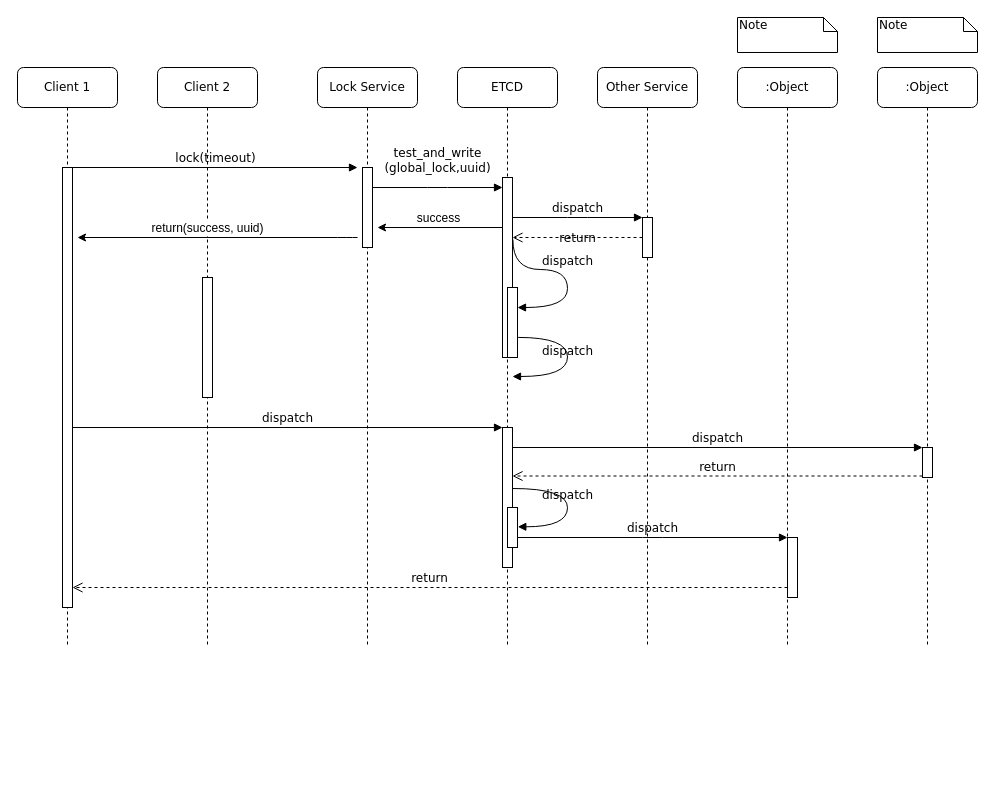
terryzhu/playground keeps this draw.io diagram as lockservice.drawio. Above is the earlier version. Source tidied: cells renumbered, new cells numbered last; positions are measured from the earlier drawing's top-left corner, leaving out a move shared by most shapes. Both pictures are drawn from the tidied source at 100%, with x=0, y=0 at pixel (17, 17).
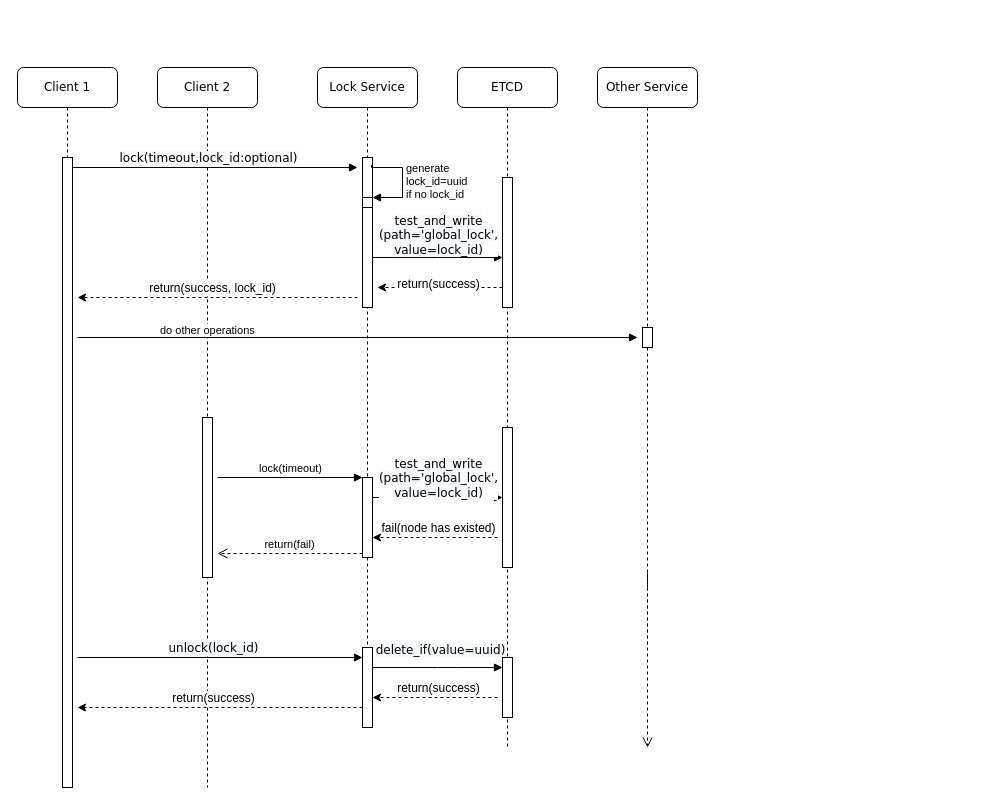
After the change.

Unchanged cells that the change refers to:
```xml
<mxCell id="10" value="Other Service" style="shape=umlLifeline;perimeter=lifelinePerimeter;whiteSpace=wrap;html=1;rounded=1;shadow=0;comic=0;labelBackgroundColor=none;strokeWidth=1;fontFamily=Verdana;fontSize=12;align=center;" parent="1" vertex="1">
  <mxGeometry x="580" y="50" width="100" height="580" as="geometry" />
</mxCell>
<mxCell id="19" style="html=1;points=[];perimeter=orthogonalPerimeter;rounded=0;shadow=0;comic=0;labelBackgroundColor=none;strokeWidth=1;fontFamily=Verdana;fontSize=12;align=center;" parent="1" vertex="1">
  <mxGeometry x="485" y="410" width="10" height="140" as="geometry" />
</mxCell>
```

Diff of the diagram source:
```diff
@@
     <mxCell id="2" value="Client 2" style="shape=umlLifeline;perimeter=lifelinePerimeter;whiteSpace=wrap;html=1;rounded=1;shadow=0;comic=0;labelBackgroundColor=none;strokeWidth=1;fontFamily=Verdana;fontSize=12;align=center;" parent="1" vertex="1">
-      <mxGeometry x="140" y="50" width="100" height="580" as="geometry" />
+      <mxGeometry x="140" y="50" width="100" height="720" as="geometry" />
     </mxCell>
     <mxCell id="3" style="html=1;perimeter=orthogonalPerimeter;rounded=0;shadow=0;comic=0;labelBackgroundColor=none;strokeWidth=1;fontFamily=Verdana;fontSize=12;align=center;" parent="2" vertex="1">
-      <mxGeometry x="45" y="210" width="10" height="120" as="geometry" />
+      <mxGeometry x="45" y="350" width="10" height="160" as="geometry" />
     </mxCell>
-    <mxCell id="4" value="Lock Service" style="shape=umlLifeline;perimeter=lifelinePerimeter;whiteSpace=wrap;html=1;rounded=1;shadow=0;comic=0;labelBackgroundColor=none;strokeWidth=1;fontFamily=Verdana;fontSize=12;align=center;" parent="1" vertex="1">
+    <mxCell id="4" value="Lock Service" style="shape=umlLifeline;perimeter=lifelinePerimeter;whiteSpace=wrap;html=1;rounded=1;shadow=0;comic=0;labelBackgroundColor=none;strokeWidth=1;fontFamily=Verdana;fontSize=12;align=center;fillColor=#ffffff;" parent="1" vertex="1">
       <mxGeometry x="300" y="50" width="100" height="580" as="geometry" />
     </mxCell>
     <mxCell id="5" style="html=1;points=[];perimeter=orthogonalPerimeter;rounded=0;shadow=0;comic=0;labelBackgroundColor=none;strokeWidth=1;fontFamily=Verdana;fontSize=12;align=center;" parent="4" vertex="1">
-      <mxGeometry x="45" y="100" width="10" height="80" as="geometry" />
+      <mxGeometry x="45" y="90" width="10" height="150" as="geometry" />
     </mxCell>
-    <mxCell id="6" style="endArrow=classic;html=1;" parent="4" edge="1">
-      <mxGeometry relative="1" as="geometry">
-        <mxPoint x="40" y="170" as="sourcePoint" />
-        <mxPoint x="-240" y="170" as="targetPoint" />
-        <Array as="points">
-          <mxPoint x="30" y="170" />
-        </Array>
-      </mxGeometry>
-    </mxCell>
-    <mxCell id="7" value="return(success, uuid)" style="text;html=1;align=center;verticalAlign=middle;labelBackgroundColor=#ffffff;" parent="6" vertex="1">
-      <mxGeometry x="-0.18" y="-4" relative="1" as="geometry">
-        <mxPoint x="-36" y="-6" as="offset" />
-      </mxGeometry>
-    </mxCell>
+    <mxCell id="37" style="html=1;points=[];perimeter=orthogonalPerimeter;" parent="4" vertex="1">
+      <mxGeometry x="45" y="130" width="10" height="10" as="geometry" />
+    </mxCell>
+    <mxCell id="38" value="generate&lt;br&gt;lock_id=uuid&lt;br&gt;if no lock_id" style="edgeStyle=orthogonalEdgeStyle;html=1;align=left;spacingLeft=2;endArrow=block;rounded=0;entryX=1;entryY=0;exitX=0.9;exitY=0.05;exitDx=0;exitDy=0;exitPerimeter=0;" parent="4" edge="1" source="5" target="37">
+      <mxGeometry relative="1" as="geometry">
+        <Array as="points">
+          <mxPoint x="54" y="100" />
+          <mxPoint x="85" y="100" />
+          <mxPoint x="85" y="130" />
+        </Array>
+      </mxGeometry>
+    </mxCell>
+    <mxCell id="39" style="html=1;points=[];perimeter=orthogonalPerimeter;" parent="4" vertex="1">
+      <mxGeometry x="45" y="410" width="10" height="80" as="geometry" />
+    </mxCell>
     <mxCell id="8" value="ETCD" style="shape=umlLifeline;perimeter=lifelinePerimeter;whiteSpace=wrap;html=1;rounded=1;shadow=0;comic=0;labelBackgroundColor=none;strokeWidth=1;fontFamily=Verdana;fontSize=12;align=center;" parent="1" vertex="1">
-      <mxGeometry x="440" y="50" width="100" height="580" as="geometry" />
+      <mxGeometry x="440" y="50" width="100" height="680" as="geometry" />
     </mxCell>
     <mxCell id="9" style="html=1;points=[];perimeter=orthogonalPerimeter;rounded=0;shadow=0;comic=0;labelBackgroundColor=none;strokeWidth=1;fontFamily=Verdana;fontSize=12;align=center;" parent="8" vertex="1">
-      <mxGeometry x="45" y="110" width="10" height="180" as="geometry" />
+      <mxGeometry x="45" y="110" width="10" height="130" as="geometry" />
     </mxCell>
@@
-    <mxCell id="11" value=":Object" style="shape=umlLifeline;perimeter=lifelinePerimeter;whiteSpace=wrap;html=1;rounded=1;shadow=0;comic=0;labelBackgroundColor=none;strokeWidth=1;fontFamily=Verdana;fontSize=12;align=center;" parent="1" vertex="1">
-      <mxGeometry x="720" y="50" width="100" height="580" as="geometry" />
-    </mxCell>
-    <mxCell id="12" value=":Object" style="shape=umlLifeline;perimeter=lifelinePerimeter;whiteSpace=wrap;html=1;rounded=1;shadow=0;comic=0;labelBackgroundColor=none;strokeWidth=1;fontFamily=Verdana;fontSize=12;align=center;" parent="1" vertex="1">
-      <mxGeometry x="860" y="50" width="100" height="580" as="geometry" />
-    </mxCell>
+    <mxCell id="16" style="html=1;points=[];perimeter=orthogonalPerimeter;rounded=0;shadow=0;comic=0;labelBackgroundColor=none;strokeWidth=1;fontFamily=Verdana;fontSize=12;align=center;" parent="10" vertex="1">
+      <mxGeometry x="45" y="260" width="10" height="20" as="geometry" />
+    </mxCell>
     <mxCell id="13" value="Client 1" style="shape=umlLifeline;perimeter=lifelinePerimeter;whiteSpace=wrap;html=1;rounded=1;shadow=0;comic=0;labelBackgroundColor=none;strokeWidth=1;fontFamily=Verdana;fontSize=12;align=center;" parent="1" vertex="1">
-      <mxGeometry y="50" width="100" height="580" as="geometry" />
+      <mxGeometry y="50" width="100" height="720" as="geometry" />
     </mxCell>
     <mxCell id="14" style="html=1;points=[];perimeter=orthogonalPerimeter;rounded=0;shadow=0;comic=0;labelBackgroundColor=none;strokeWidth=1;fontFamily=Verdana;fontSize=12;align=center;" parent="13" vertex="1">
-      <mxGeometry x="45" y="100" width="10" height="440" as="geometry" />
+      <mxGeometry x="45" y="90" width="10" height="630" as="geometry" />
     </mxCell>
-    <mxCell id="15" value="test_and_write&lt;br&gt;(global_lock,uuid)" style="html=1;verticalAlign=bottom;endArrow=block;labelBackgroundColor=none;fontFamily=Verdana;fontSize=12;edgeStyle=elbowEdgeStyle;elbow=vertical;" parent="1" edge="1" source="5" target="9">
+    <mxCell id="15" style="html=1;verticalAlign=bottom;endArrow=block;labelBackgroundColor=none;fontFamily=Verdana;fontSize=12;edgeStyle=elbowEdgeStyle;elbow=vertical;" parent="1" edge="1">
       <mxGeometry y="10" relative="1" as="geometry">
+        <mxPoint x="355" y="240" as="sourcePoint" />
+        <mxPoint x="485" y="240" as="targetPoint" />
         <Array as="points">
-          <mxPoint x="420" y="170" />
-          <mxPoint x="360" y="190" />
+          <mxPoint x="430" y="240" />
+          <mxPoint x="420" y="220" />
+          <mxPoint x="360" y="240" />
         </Array>
       </mxGeometry>
     </mxCell>
-    <mxCell id="16" style="html=1;points=[];perimeter=orthogonalPerimeter;rounded=0;shadow=0;comic=0;labelBackgroundColor=none;strokeWidth=1;fontFamily=Verdana;fontSize=12;align=center;" parent="1" vertex="1">
-      <mxGeometry x="625" y="200" width="10" height="40" as="geometry" />
-    </mxCell>
-    <mxCell id="17" value="dispatch" style="html=1;verticalAlign=bottom;endArrow=block;entryX=0;entryY=0;labelBackgroundColor=none;fontFamily=Verdana;fontSize=12;edgeStyle=elbowEdgeStyle;elbow=vertical;" parent="1" edge="1" source="9" target="16">
-      <mxGeometry relative="1" as="geometry" />
-    </mxCell>
-    <mxCell id="18" value="return" style="html=1;verticalAlign=bottom;endArrow=open;dashed=1;endSize=8;labelBackgroundColor=none;fontFamily=Verdana;fontSize=12;edgeStyle=elbowEdgeStyle;elbow=vertical;" parent="1" edge="1" source="16" target="9">
-      <mxGeometry y="10" relative="1" as="geometry">
-        <Array as="points">
-          <mxPoint x="495" y="220" />
-          <mxPoint x="570" y="230" />
-          <mxPoint x="600" y="230" />
-        </Array>
-      </mxGeometry>
-    </mxCell>
+    <mxCell id="40" value="&lt;span style=&quot;font-family: &amp;#34;verdana&amp;#34; ; background-color: rgb(248 , 249 , 250)&quot;&gt;test_and_write&lt;/span&gt;&lt;br style=&quot;font-family: &amp;#34;verdana&amp;#34; ; background-color: rgb(248 , 249 , 250)&quot;&gt;&lt;span style=&quot;font-family: &amp;#34;verdana&amp;#34; ; background-color: rgb(248 , 249 , 250)&quot;&gt;(path='global_lock',&lt;br&gt;value=lock_id)&lt;/span&gt;" style="text;html=1;align=center;verticalAlign=middle;labelBackgroundColor=#ffffff;" parent="15" vertex="1">
+      <mxGeometry x="0.15" y="33" relative="1" as="geometry">
+        <mxPoint x="-10" y="10" as="offset" />
+      </mxGeometry>
+    </mxCell>
@@
-    <mxCell id="20" value="dispatch" style="html=1;verticalAlign=bottom;endArrow=block;entryX=0;entryY=0;labelBackgroundColor=none;fontFamily=Verdana;fontSize=12;" parent="1" edge="1" source="14" target="19">
-      <mxGeometry relative="1" as="geometry" />
-    </mxCell>
-    <mxCell id="21" style="html=1;points=[];perimeter=orthogonalPerimeter;rounded=0;shadow=0;comic=0;labelBackgroundColor=none;strokeColor=#000000;strokeWidth=1;fillColor=#FFFFFF;fontFamily=Verdana;fontSize=12;fontColor=#000000;align=center;" parent="1" vertex="1">
-      <mxGeometry x="905" y="430" width="10" height="30" as="geometry" />
-    </mxCell>
-    <mxCell id="22" value="dispatch" style="html=1;verticalAlign=bottom;endArrow=block;entryX=0;entryY=0;labelBackgroundColor=none;fontFamily=Verdana;fontSize=12;" parent="1" edge="1" source="19" target="21">
-      <mxGeometry relative="1" as="geometry" />
-    </mxCell>
-    <mxCell id="23" value="return" style="html=1;verticalAlign=bottom;endArrow=open;dashed=1;endSize=8;exitX=0;exitY=0.95;labelBackgroundColor=none;fontFamily=Verdana;fontSize=12;" parent="1" edge="1" source="21" target="19">
-      <mxGeometry relative="1" as="geometry" />
-    </mxCell>
-    <mxCell id="24" style="html=1;points=[];perimeter=orthogonalPerimeter;rounded=0;shadow=0;comic=0;labelBackgroundColor=none;strokeWidth=1;fontFamily=Verdana;fontSize=12;align=center;" parent="1" vertex="1">
-      <mxGeometry x="770" y="520" width="10" height="60" as="geometry" />
-    </mxCell>
-    <mxCell id="25" value="dispatch" style="html=1;verticalAlign=bottom;endArrow=block;entryX=0;entryY=0;labelBackgroundColor=none;fontFamily=Verdana;fontSize=12;edgeStyle=elbowEdgeStyle;elbow=vertical;" parent="1" edge="1" source="31" target="24">
-      <mxGeometry relative="1" as="geometry" />
-    </mxCell>
-    <mxCell id="26" value="return" style="html=1;verticalAlign=bottom;endArrow=open;dashed=1;endSize=8;labelBackgroundColor=none;fontFamily=Verdana;fontSize=12;edgeStyle=elbowEdgeStyle;elbow=vertical;" parent="1" edge="1" source="24" target="14">
+    <mxCell id="26" style="html=1;verticalAlign=bottom;endArrow=open;dashed=1;endSize=8;labelBackgroundColor=none;fontFamily=Verdana;fontSize=12;edgeStyle=elbowEdgeStyle;elbow=vertical;" parent="1" edge="1">
       <mxGeometry relative="1" as="geometry">
+        <mxPoint x="630" y="570" as="sourcePoint" />
+        <mxPoint x="630" y="730" as="targetPoint" />
         <Array as="points">
+          <mxPoint x="630" y="550" />
           <mxPoint x="470" y="570" />
         </Array>
       </mxGeometry>
     </mxCell>
-    <mxCell id="27" value="lock(timeout)" style="html=1;verticalAlign=bottom;endArrow=block;labelBackgroundColor=none;fontFamily=Verdana;fontSize=12;edgeStyle=elbowEdgeStyle;elbow=vertical;" parent="1" edge="1" source="14">
+    <mxCell id="27" style="html=1;verticalAlign=bottom;endArrow=block;labelBackgroundColor=none;fontFamily=Verdana;fontSize=12;edgeStyle=elbowEdgeStyle;elbow=vertical;" parent="1" edge="1" source="14">
       <mxGeometry relative="1" as="geometry">
         <mxPoint x="340" y="150" as="targetPoint" />
       </mxGeometry>
     </mxCell>
-    <mxCell id="28" style="html=1;points=[];perimeter=orthogonalPerimeter;rounded=0;shadow=0;comic=0;labelBackgroundColor=none;strokeWidth=1;fontFamily=Verdana;fontSize=12;align=center;" parent="1" vertex="1">
-      <mxGeometry x="490" y="270" width="10" height="70" as="geometry" />
-    </mxCell>
-    <mxCell id="29" value="dispatch" style="html=1;verticalAlign=bottom;endArrow=block;labelBackgroundColor=none;fontFamily=Verdana;fontSize=12;elbow=vertical;edgeStyle=orthogonalEdgeStyle;curved=1;entryX=1;entryY=0.286;entryPerimeter=0;exitX=1.038;exitY=0.345;exitPerimeter=0;" parent="1" edge="1" source="9" target="28">
-      <mxGeometry relative="1" as="geometry">
-        <Array as="points">
-          <mxPoint x="550" y="252" />
-          <mxPoint x="550" y="290" />
-        </Array>
-      </mxGeometry>
-    </mxCell>
-    <mxCell id="30" value="dispatch" style="html=1;verticalAlign=bottom;endArrow=block;labelBackgroundColor=none;fontFamily=Verdana;fontSize=12;elbow=vertical;edgeStyle=orthogonalEdgeStyle;curved=1;exitX=1.066;exitY=0.713;exitPerimeter=0;" parent="1" edge="1" source="28">
-      <mxGeometry relative="1" as="geometry">
-        <mxPoint x="495" y="359" as="targetPoint" />
-        <Array as="points">
-          <mxPoint x="550" y="320" />
-          <mxPoint x="550" y="359" />
-        </Array>
-      </mxGeometry>
-    </mxCell>
-    <mxCell id="31" style="html=1;points=[];perimeter=orthogonalPerimeter;rounded=0;shadow=0;comic=0;labelBackgroundColor=none;strokeWidth=1;fontFamily=Verdana;fontSize=12;align=center;" parent="1" vertex="1">
-      <mxGeometry x="490" y="490" width="10" height="40" as="geometry" />
-    </mxCell>
-    <mxCell id="32" value="dispatch" style="html=1;verticalAlign=bottom;endArrow=block;labelBackgroundColor=none;fontFamily=Verdana;fontSize=12;elbow=vertical;edgeStyle=orthogonalEdgeStyle;curved=1;entryX=1;entryY=0.286;entryPerimeter=0;exitX=1.038;exitY=0.345;exitPerimeter=0;" parent="1" edge="1">
-      <mxGeometry relative="1" as="geometry">
-        <mxPoint x="495.3" y="471" as="sourcePoint" />
-        <mxPoint x="500.3" y="509.3" as="targetPoint" />
-        <Array as="points">
-          <mxPoint x="550" y="471" />
-          <mxPoint x="550" y="509" />
-        </Array>
-      </mxGeometry>
-    </mxCell>
-    <mxCell id="33" value="Note" style="shape=note;whiteSpace=wrap;html=1;size=14;verticalAlign=top;align=left;spacingTop=-6;rounded=0;shadow=0;comic=0;labelBackgroundColor=none;strokeWidth=1;fontFamily=Verdana;fontSize=12;" parent="1" vertex="1">
-      <mxGeometry x="720" width="100" height="35" as="geometry" />
-    </mxCell>
-    <mxCell id="34" value="Note" style="shape=note;whiteSpace=wrap;html=1;size=14;verticalAlign=top;align=left;spacingTop=-6;rounded=0;shadow=0;comic=0;labelBackgroundColor=none;strokeWidth=1;fontFamily=Verdana;fontSize=12;" parent="1" vertex="1">
-      <mxGeometry x="860" width="100" height="35" as="geometry" />
-    </mxCell>
+    <mxCell id="41" value="&lt;span style=&quot;font-family: &amp;#34;verdana&amp;#34; ; background-color: rgb(248 , 249 , 250)&quot;&gt;lock(timeout,lock_id:optional)&lt;/span&gt;" style="text;html=1;align=center;verticalAlign=middle;labelBackgroundColor=#ffffff;" parent="27" vertex="1">
+      <mxGeometry x="0.44" y="-1" relative="1" as="geometry">
+        <mxPoint x="-70" y="-11" as="offset" />
+      </mxGeometry>
+    </mxCell>
-    <mxCell id="35" style="endArrow=classic;html=1;" parent="1" edge="1">
+    <mxCell id="35" style="endArrow=classic;html=1;dashed=1;" parent="1" edge="1">
       <mxGeometry relative="1" as="geometry">
-        <mxPoint x="485" y="210" as="sourcePoint" />
-        <mxPoint x="360" y="210" as="targetPoint" />
+        <mxPoint x="485" y="270" as="sourcePoint" />
+        <mxPoint x="360" y="270" as="targetPoint" />
       </mxGeometry>
     </mxCell>
-    <mxCell id="36" value="success" style="text;html=1;align=center;verticalAlign=middle;labelBackgroundColor=#ffffff;" parent="35" vertex="1">
+    <mxCell id="36" value="return(success)" style="text;html=1;align=center;verticalAlign=middle;labelBackgroundColor=#ffffff;" parent="35" vertex="1">
       <mxGeometry x="0.35" y="-6" relative="1" as="geometry">
-        <mxPoint x="19" y="-4" as="offset" />
+        <mxPoint x="19" y="2" as="offset" />
       </mxGeometry>
     </mxCell>
+    <mxCell id="6" style="endArrow=classic;html=1;dashed=1;" parent="1" edge="1">
+      <mxGeometry relative="1" as="geometry">
+        <mxPoint x="340" y="280" as="sourcePoint" />
+        <mxPoint x="60" y="280" as="targetPoint" />
+        <Array as="points">
+          <mxPoint x="330" y="280" />
+        </Array>
+      </mxGeometry>
+    </mxCell>
+    <mxCell id="7" value="return(success, lock_id)" style="text;html=1;align=center;verticalAlign=middle;labelBackgroundColor=#ffffff;" parent="6" vertex="1">
+      <mxGeometry x="-0.18" y="-4" relative="1" as="geometry">
+        <mxPoint x="-31" y="-6" as="offset" />
+      </mxGeometry>
+    </mxCell>
+    <mxCell id="42" value="lock(timeout)" style="html=1;verticalAlign=bottom;endArrow=block;entryX=0;entryY=0;" parent="1" edge="1" target="39">
+      <mxGeometry relative="1" as="geometry">
+        <mxPoint x="200" y="460" as="sourcePoint" />
+      </mxGeometry>
+    </mxCell>
+    <mxCell id="43" value="return(fail)" style="html=1;verticalAlign=bottom;endArrow=open;endSize=8;exitX=0;exitY=0.95;dashed=1;" parent="1" edge="1" source="39">
+      <mxGeometry relative="1" as="geometry">
+        <mxPoint x="200" y="536" as="targetPoint" />
+      </mxGeometry>
+    </mxCell>
+    <mxCell id="44" value="do other operations" style="endArrow=block;endFill=1;html=1;edgeStyle=orthogonalEdgeStyle;align=left;verticalAlign=top;" parent="1" edge="1">
+      <mxGeometry x="-0.71" y="20" relative="1" as="geometry">
+        <mxPoint x="60" y="320" as="sourcePoint" />
+        <mxPoint x="620" y="320" as="targetPoint" />
+      </mxGeometry>
+    </mxCell>
+    <mxCell id="45" style="html=1;verticalAlign=bottom;endArrow=block;labelBackgroundColor=none;fontFamily=Verdana;fontSize=12;edgeStyle=elbowEdgeStyle;elbow=vertical;" parent="1" edge="1">
+      <mxGeometry y="10" relative="1" as="geometry">
+        <mxPoint x="355" y="480" as="sourcePoint" />
+        <mxPoint x="485" y="480" as="targetPoint" />
+        <Array as="points">
+          <mxPoint x="430" y="480" />
+          <mxPoint x="420" y="460" />
+          <mxPoint x="360" y="480" />
+        </Array>
+      </mxGeometry>
+    </mxCell>
+    <mxCell id="46" value="&lt;span style=&quot;font-family: &amp;#34;verdana&amp;#34; ; background-color: rgb(248 , 249 , 250)&quot;&gt;test_and_write&lt;/span&gt;&lt;br style=&quot;font-family: &amp;#34;verdana&amp;#34; ; background-color: rgb(248 , 249 , 250)&quot;&gt;&lt;span style=&quot;font-family: &amp;#34;verdana&amp;#34; ; background-color: rgb(248 , 249 , 250)&quot;&gt;(path='global_lock',&lt;br&gt;value=lock_id)&lt;/span&gt;" style="text;html=1;align=center;verticalAlign=middle;labelBackgroundColor=#ffffff;" parent="45" vertex="1">
+      <mxGeometry x="0.15" y="33" relative="1" as="geometry">
+        <mxPoint x="-10" y="13" as="offset" />
+      </mxGeometry>
+    </mxCell>
+    <mxCell id="47" style="endArrow=classic;html=1;dashed=1;" parent="1" edge="1">
+      <mxGeometry relative="1" as="geometry">
+        <mxPoint x="480" y="520" as="sourcePoint" />
+        <mxPoint x="355" y="520" as="targetPoint" />
+      </mxGeometry>
+    </mxCell>
+    <mxCell id="48" value="fail(node has existed)" style="text;html=1;align=center;verticalAlign=middle;labelBackgroundColor=#ffffff;" parent="47" vertex="1">
+      <mxGeometry x="0.35" y="-6" relative="1" as="geometry">
+        <mxPoint x="24" y="-4" as="offset" />
+      </mxGeometry>
+    </mxCell>
+    <mxCell id="49" style="html=1;verticalAlign=bottom;endArrow=block;labelBackgroundColor=none;fontFamily=Verdana;fontSize=12;edgeStyle=elbowEdgeStyle;elbow=vertical;" parent="1" edge="1">
+      <mxGeometry relative="1" as="geometry">
+        <mxPoint x="60" y="640" as="sourcePoint" />
+        <mxPoint x="345" y="640" as="targetPoint" />
+      </mxGeometry>
+    </mxCell>
+    <mxCell id="50" value="&lt;span style=&quot;font-family: &amp;#34;verdana&amp;#34; ; background-color: rgb(248 , 249 , 250)&quot;&gt;unlock(lock_id)&lt;/span&gt;" style="text;html=1;align=center;verticalAlign=middle;labelBackgroundColor=#ffffff;" parent="49" vertex="1">
+      <mxGeometry x="0.44" y="-1" relative="1" as="geometry">
+        <mxPoint x="-70" y="-11" as="offset" />
+      </mxGeometry>
+    </mxCell>
+    <mxCell id="51" style="html=1;perimeter=orthogonalPerimeter;" parent="1" vertex="1">
+      <mxGeometry x="345" y="630" width="10" height="80" as="geometry" />
+    </mxCell>
+    <mxCell id="52" style="html=1;verticalAlign=bottom;endArrow=block;labelBackgroundColor=none;fontFamily=Verdana;fontSize=12;edgeStyle=elbowEdgeStyle;elbow=vertical;" parent="1" edge="1">
+      <mxGeometry y="10" relative="1" as="geometry">
+        <mxPoint x="355" y="650" as="sourcePoint" />
+        <mxPoint x="485" y="650" as="targetPoint" />
+        <Array as="points">
+          <mxPoint x="430" y="650" />
+          <mxPoint x="420" y="630" />
+          <mxPoint x="360" y="650" />
+        </Array>
+      </mxGeometry>
+    </mxCell>
+    <mxCell id="53" value="&lt;font face=&quot;verdana&quot;&gt;&lt;span style=&quot;background-color: rgb(248 , 249 , 250)&quot;&gt;delete_if(value=uuid)&lt;/span&gt;&lt;/font&gt;" style="text;html=1;align=center;verticalAlign=middle;labelBackgroundColor=#ffffff;" parent="52" vertex="1">
+      <mxGeometry x="0.15" y="33" relative="1" as="geometry">
+        <mxPoint x="-8" y="15" as="offset" />
+      </mxGeometry>
+    </mxCell>
+    <mxCell id="54" style="html=1;perimeter=orthogonalPerimeter;rounded=0;shadow=0;comic=0;labelBackgroundColor=none;strokeWidth=1;fontFamily=Verdana;fontSize=12;align=center;" parent="1" vertex="1">
+      <mxGeometry x="485" y="640" width="10" height="60" as="geometry" />
+    </mxCell>
+    <mxCell id="55" style="endArrow=classic;html=1;dashed=1;" parent="1" edge="1">
+      <mxGeometry relative="1" as="geometry">
+        <mxPoint x="480" y="680" as="sourcePoint" />
+        <mxPoint x="355" y="680" as="targetPoint" />
+      </mxGeometry>
+    </mxCell>
+    <mxCell id="56" value="return(success)" style="text;html=1;align=center;verticalAlign=middle;labelBackgroundColor=#ffffff;" parent="55" vertex="1">
+      <mxGeometry x="0.35" y="-6" relative="1" as="geometry">
+        <mxPoint x="24" y="-4" as="offset" />
+      </mxGeometry>
+    </mxCell>
+    <mxCell id="57" style="endArrow=classic;html=1;dashed=1;" parent="1" edge="1">
+      <mxGeometry relative="1" as="geometry">
+        <mxPoint x="345" y="690" as="sourcePoint" />
+        <mxPoint x="60" y="690" as="targetPoint" />
+      </mxGeometry>
+    </mxCell>
+    <mxCell id="58" value="return(success)" style="text;html=1;align=center;verticalAlign=middle;labelBackgroundColor=#ffffff;" parent="57" vertex="1">
+      <mxGeometry x="0.35" y="-6" relative="1" as="geometry">
+        <mxPoint x="42" y="-4" as="offset" />
+      </mxGeometry>
+    </mxCell>
```
